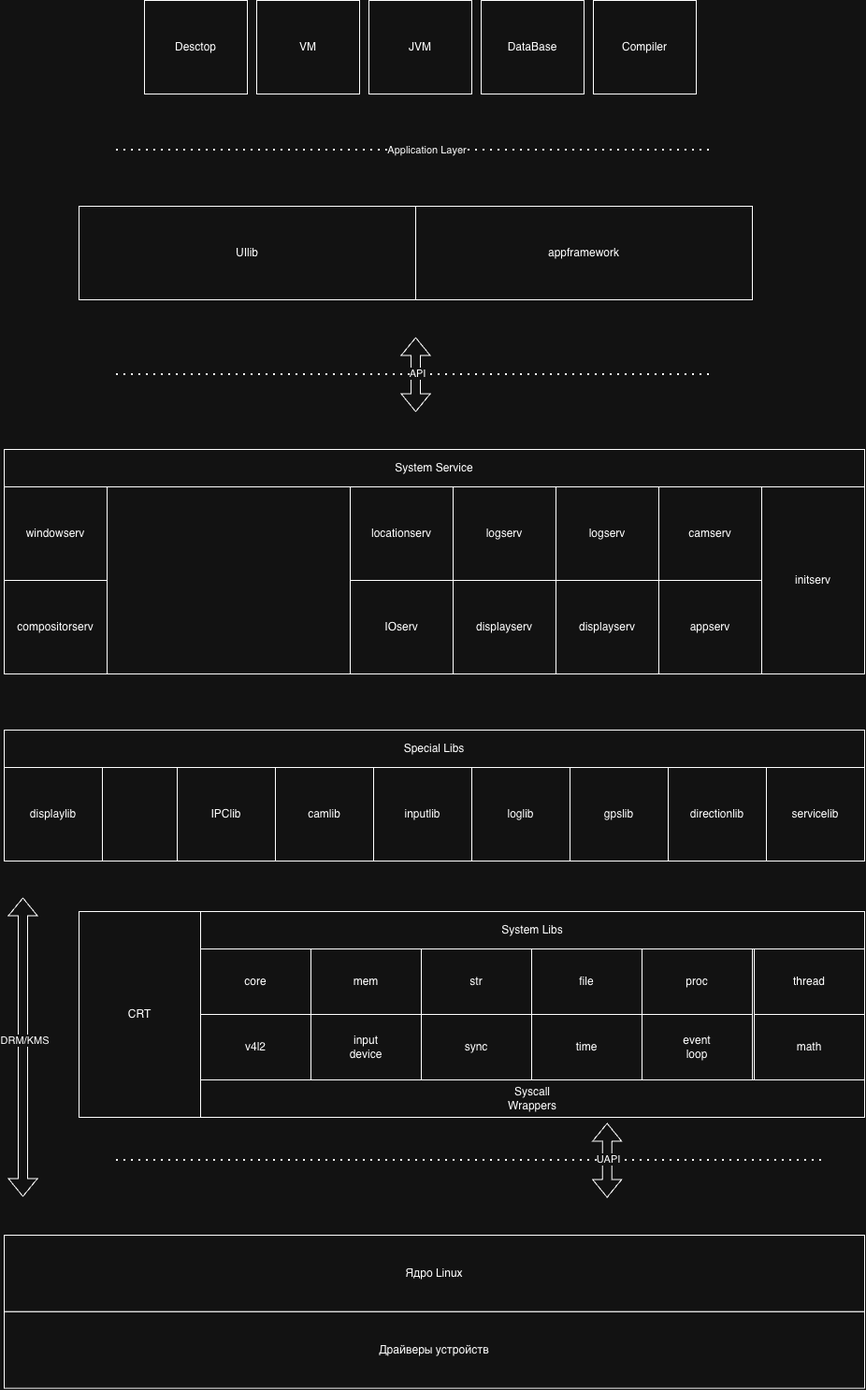
Before: DevDoc/architecture.png, a diagram exported from draw.io (ITMOdefence/PUNos). Source tidied: cells renumbered, new cells last; positions are measured from the earlier drawing's top-left corner, leaving out a move shared by most shapes.
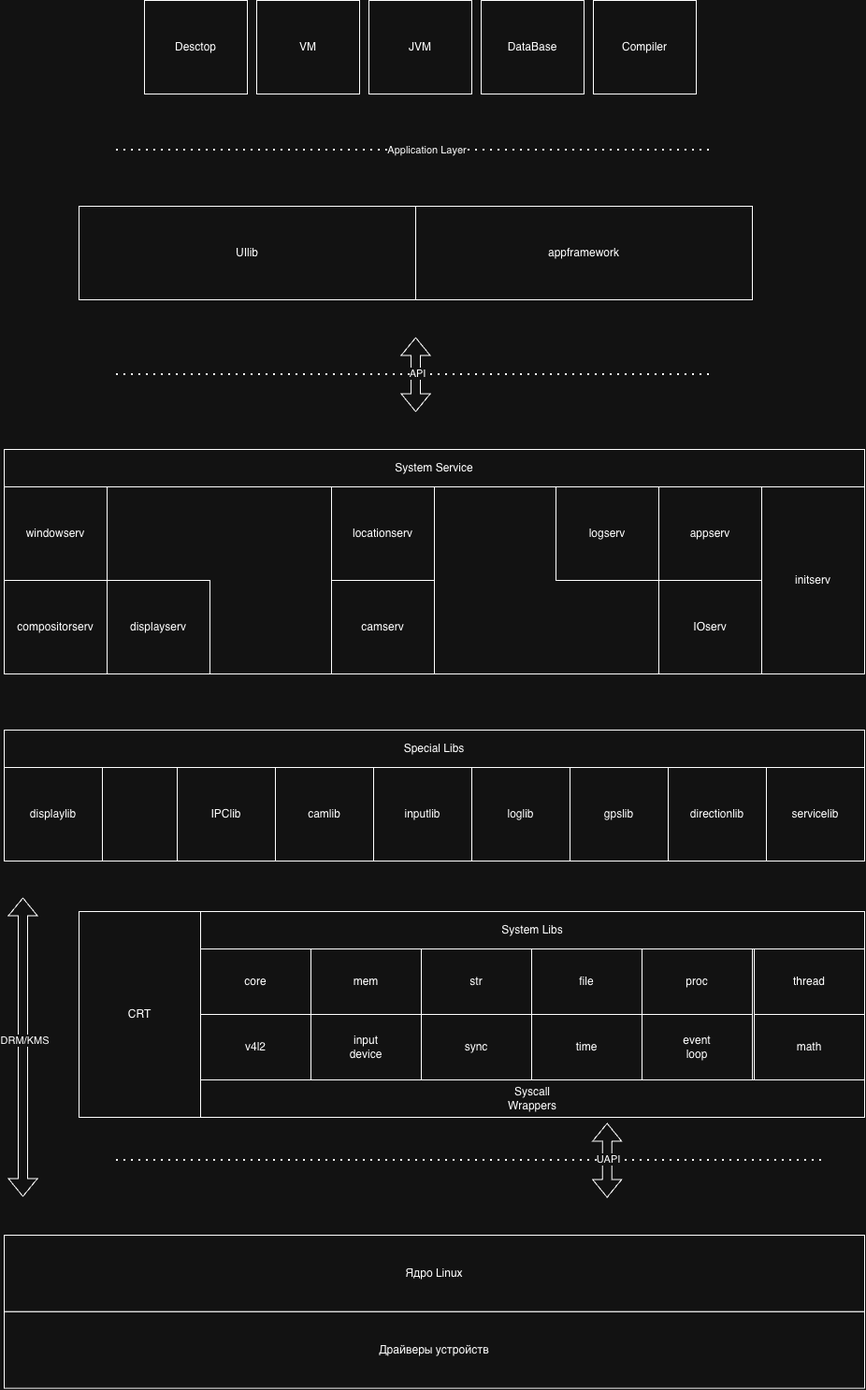
After the commit.

The edit, as a diff of the source:
```diff
@@ -74,29 +74,23 @@
     <mxCell id="23" value="initserv" style="html=1;whiteSpace=wrap;" parent="1" vertex="1">
       <mxGeometry x="810" y="520" width="110" height="200" as="geometry" />
     </mxCell>
-    <mxCell id="24" value="logserv" style="html=1;whiteSpace=wrap;" parent="1" vertex="1">
-      <mxGeometry x="480" y="520" width="110" height="100" as="geometry" />
-    </mxCell>
     <mxCell id="25" value="logserv" style="html=1;whiteSpace=wrap;" parent="1" vertex="1">
       <mxGeometry x="590" y="520" width="110" height="100" as="geometry" />
     </mxCell>
     <mxCell id="26" value="camserv" style="html=1;whiteSpace=wrap;" parent="1" vertex="1">
-      <mxGeometry x="700" y="520" width="110" height="100" as="geometry" />
+      <mxGeometry x="350" y="620" width="110" height="100" as="geometry" />
     </mxCell>
     <mxCell id="27" value="locationserv" style="html=1;whiteSpace=wrap;" parent="1" vertex="1">
-      <mxGeometry x="370" y="520" width="110" height="100" as="geometry" />
+      <mxGeometry x="350" y="520" width="110" height="100" as="geometry" />
     </mxCell>
     <mxCell id="28" value="IOserv" style="html=1;whiteSpace=wrap;" parent="1" vertex="1">
-      <mxGeometry x="370" y="620" width="110" height="100" as="geometry" />
+      <mxGeometry x="700" y="620" width="110" height="100" as="geometry" />
     </mxCell>
     <mxCell id="29" value="displayserv" style="html=1;whiteSpace=wrap;" parent="1" vertex="1">
-      <mxGeometry x="480" y="620" width="110" height="100" as="geometry" />
+      <mxGeometry x="110" y="620" width="110" height="100" as="geometry" />
     </mxCell>
-    <mxCell id="30" value="displayserv" style="html=1;whiteSpace=wrap;" parent="1" vertex="1">
-      <mxGeometry x="590" y="620" width="110" height="100" as="geometry" />
-    </mxCell>
     <mxCell id="31" value="appserv" style="html=1;whiteSpace=wrap;" parent="1" vertex="1">
-      <mxGeometry x="700" y="620" width="110" height="100" as="geometry" />
+      <mxGeometry x="700" y="520" width="110" height="100" as="geometry" />
     </mxCell>
     <mxCell id="32" value="UIlib" style="html=1;whiteSpace=wrap;" parent="1" vertex="1">
       <mxGeometry x="80" y="220" width="360" height="100" as="geometry" />
```
